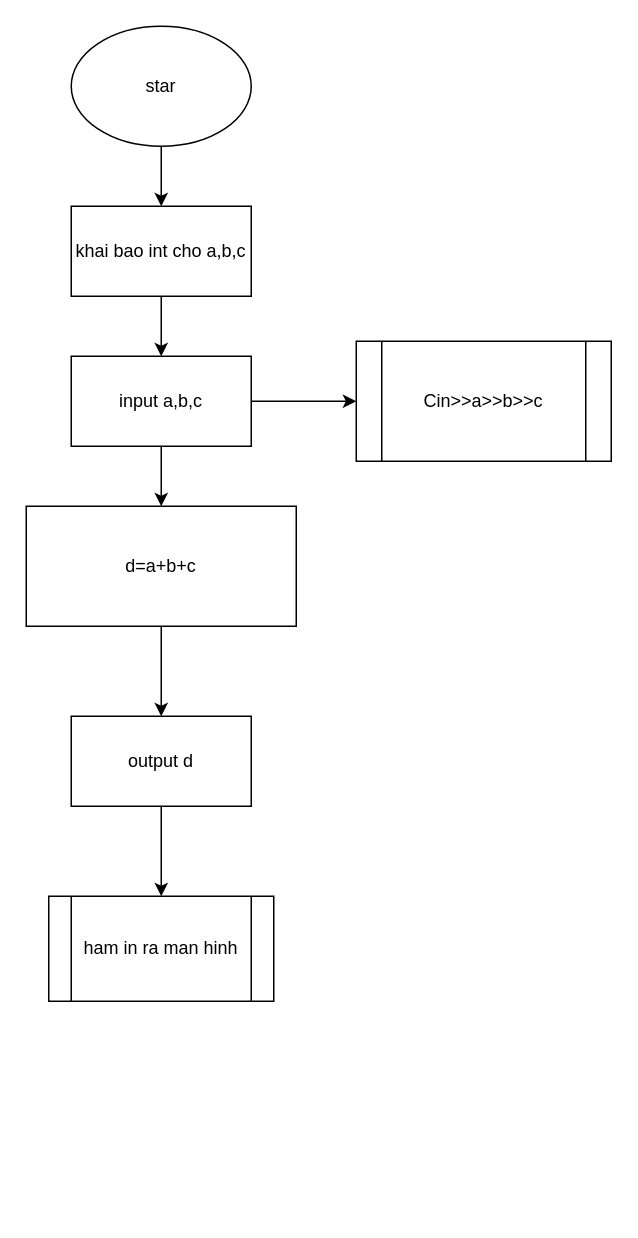
This is lap1.drawio from khiemcodedao/lap1-2.github, a draw.io file, before an edit. Source tidied: cells renumbered, new cells numbered last; positions are measured from the earlier drawing's top-left corner, leaving out a move shared by most shapes. Both pictures are drawn from the tidied source at 150%, with x=0, y=0 at pixel (26, 26).
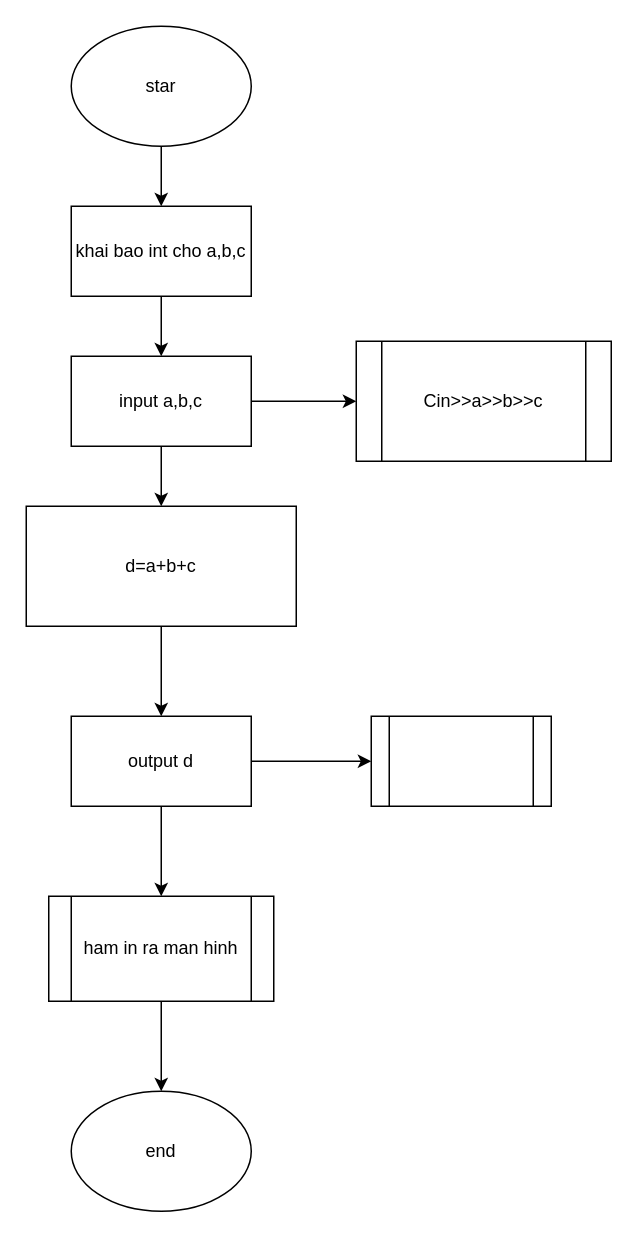
After the change.

Diff of the diagram source:
```diff
@@
 <mxGraphModel>
   <root>
     <mxCell id="0" />
     <mxCell id="1" parent="0" />
     <mxCell id="2" style="edgeStyle=none;html=1;" parent="1" edge="1" source="3" target="5">
       <mxGeometry relative="1" as="geometry" />
     </mxCell>
     <mxCell id="3" value="star" style="ellipse;whiteSpace=wrap;html=1;" parent="1" vertex="1">
       <mxGeometry x="30" width="120" height="80" as="geometry" />
     </mxCell>
     <mxCell id="4" style="edgeStyle=none;html=1;" parent="1" edge="1" source="5" target="8">
       <mxGeometry relative="1" as="geometry" />
     </mxCell>
     <mxCell id="5" value="khai bao int cho a,b,c" style="rounded=0;whiteSpace=wrap;html=1;" parent="1" vertex="1">
       <mxGeometry x="30" y="120" width="120" height="60" as="geometry" />
     </mxCell>
     <mxCell id="6" style="edgeStyle=none;html=1;" parent="1" edge="1" source="8" target="10">
       <mxGeometry relative="1" as="geometry" />
     </mxCell>
     <mxCell id="7" style="edgeStyle=none;html=1;" parent="1" edge="1" source="8" target="14">
       <mxGeometry relative="1" as="geometry" />
     </mxCell>
     <mxCell id="8" value="input a,b,c" style="rounded=0;whiteSpace=wrap;html=1;" parent="1" vertex="1">
       <mxGeometry x="30" y="220" width="120" height="60" as="geometry" />
     </mxCell>
     <mxCell id="9" style="edgeStyle=none;html=1;" parent="1" edge="1" source="10" target="12">
       <mxGeometry relative="1" as="geometry" />
     </mxCell>
     <mxCell id="10" value="d=a+b+c" style="rounded=0;whiteSpace=wrap;html=1;" parent="1" vertex="1">
       <mxGeometry y="320" width="180" height="80" as="geometry" />
     </mxCell>
     <mxCell id="11" style="edgeStyle=none;html=1;" parent="1" edge="1" source="12" target="13">
       <mxGeometry relative="1" as="geometry" />
     </mxCell>
+    <mxCell id="15" style="edgeStyle=none;html=1;" parent="1" edge="1" source="12" target="18">
+      <mxGeometry relative="1" as="geometry" />
+    </mxCell>
     <mxCell id="12" value="output d" style="rounded=0;whiteSpace=wrap;html=1;" parent="1" vertex="1">
       <mxGeometry x="30" y="460" width="120" height="60" as="geometry" />
     </mxCell>
+    <mxCell id="16" style="edgeStyle=none;html=1;" parent="1" edge="1" source="13" target="17">
+      <mxGeometry relative="1" as="geometry" />
+    </mxCell>
     <mxCell id="13" value="ham in ra man hinh" style="shape=process;whiteSpace=wrap;html=1;backgroundOutline=1;" parent="1" vertex="1">
       <mxGeometry x="15" y="580" width="150" height="70" as="geometry" />
     </mxCell>
     <mxCell id="14" value="Cin&amp;gt;&amp;gt;a&amp;gt;&amp;gt;b&amp;gt;&amp;gt;c" style="shape=process;whiteSpace=wrap;html=1;backgroundOutline=1;" parent="1" vertex="1">
       <mxGeometry x="220" y="210" width="170" height="80" as="geometry" />
     </mxCell>
+    <mxCell id="17" value="end&lt;br&gt;" style="ellipse;whiteSpace=wrap;html=1;" parent="1" vertex="1">
+      <mxGeometry x="30" y="710" width="120" height="80" as="geometry" />
+    </mxCell>
+    <mxCell id="18" style="shape=process;whiteSpace=wrap;html=1;backgroundOutline=1;rounded=0;" parent="1" vertex="1">
+      <mxGeometry x="230" y="460" width="120" height="60" as="geometry" />
+    </mxCell>
   </root>
 </mxGraphModel>
```
